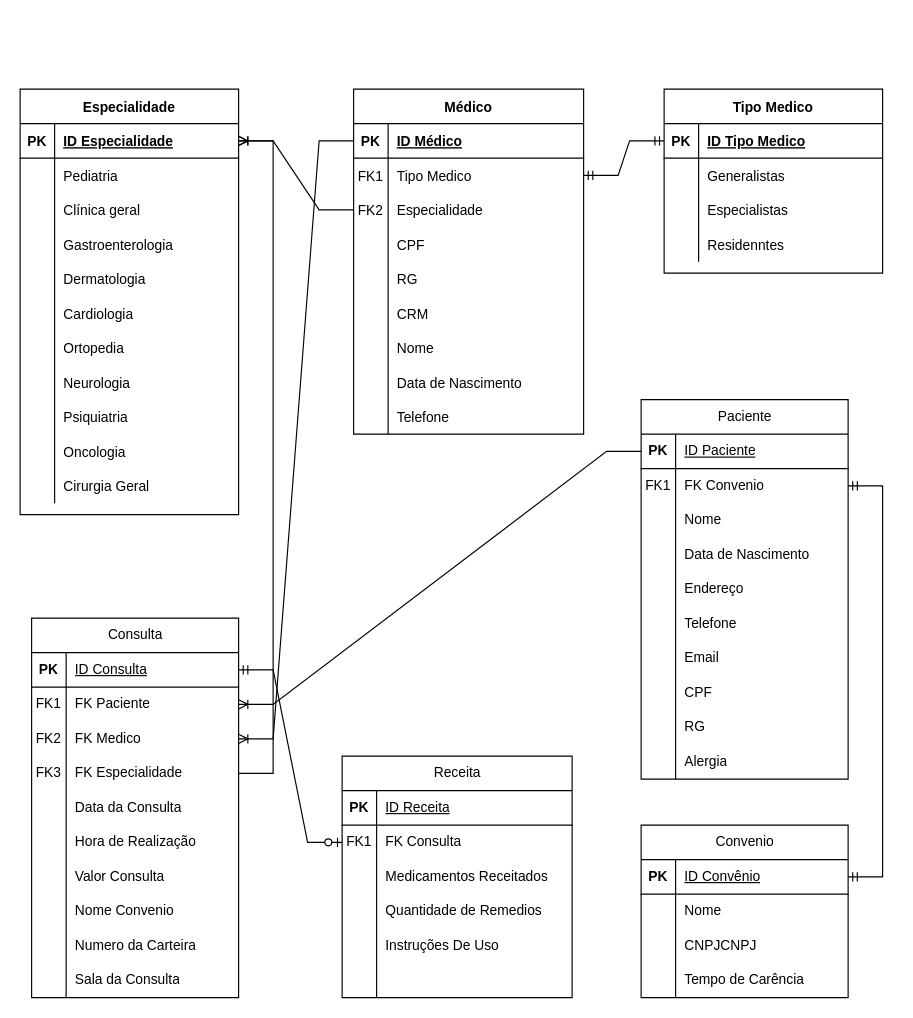
The draw.io diagram DiagramaER-HospitalFundamental.drawio in vctramon/Banco-de-dados_Hospital, before the edit. Source tidied: cells renumbered, new cells numbered last; positions are measured from the earlier drawing's top-left corner, leaving out a move shared by most shapes. Both pictures are drawn from the tidied source at 115%, with x=0, y=0 at pixel (20, 89).
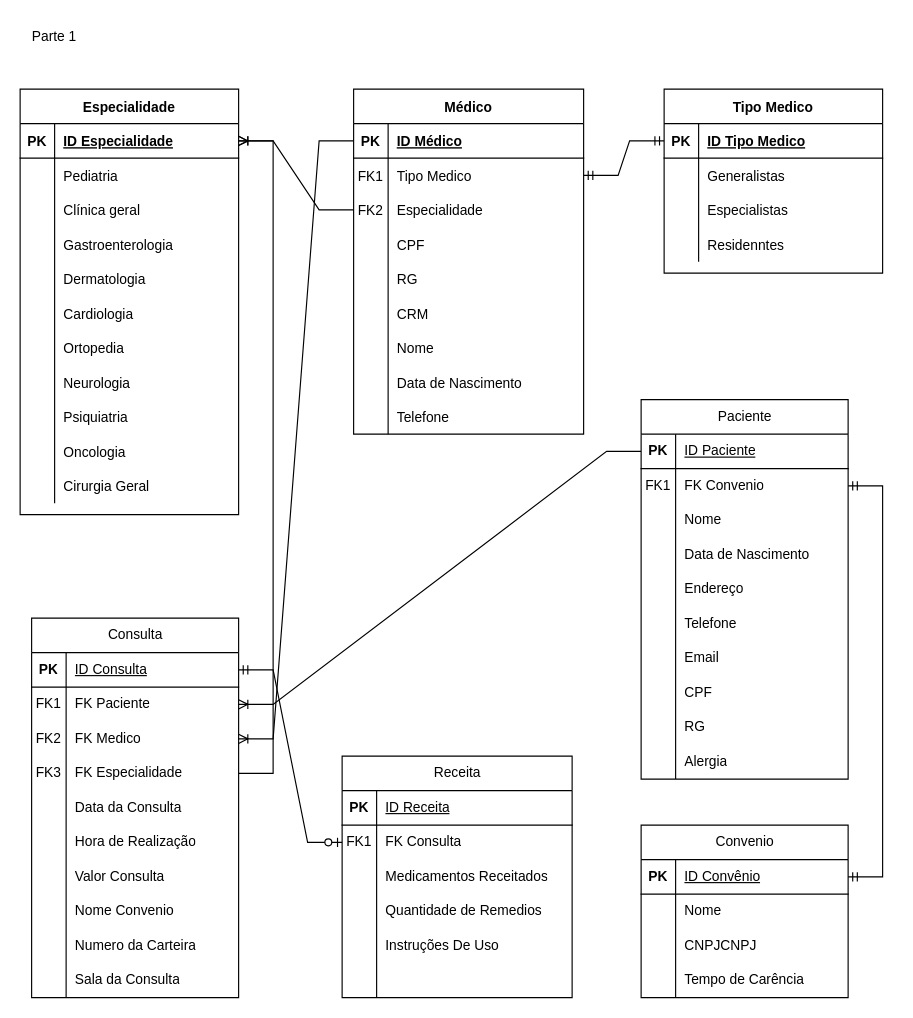
After the change.

Diff of the diagram source:
```diff
@@
+    <mxCell id="178" value="Parte 1" style="text;html=1;align=center;verticalAlign=middle;whiteSpace=wrap;rounded=0;" parent="1" vertex="1">
+      <mxGeometry y="-60" width="60" height="30" as="geometry" />
+    </mxCell>
```
